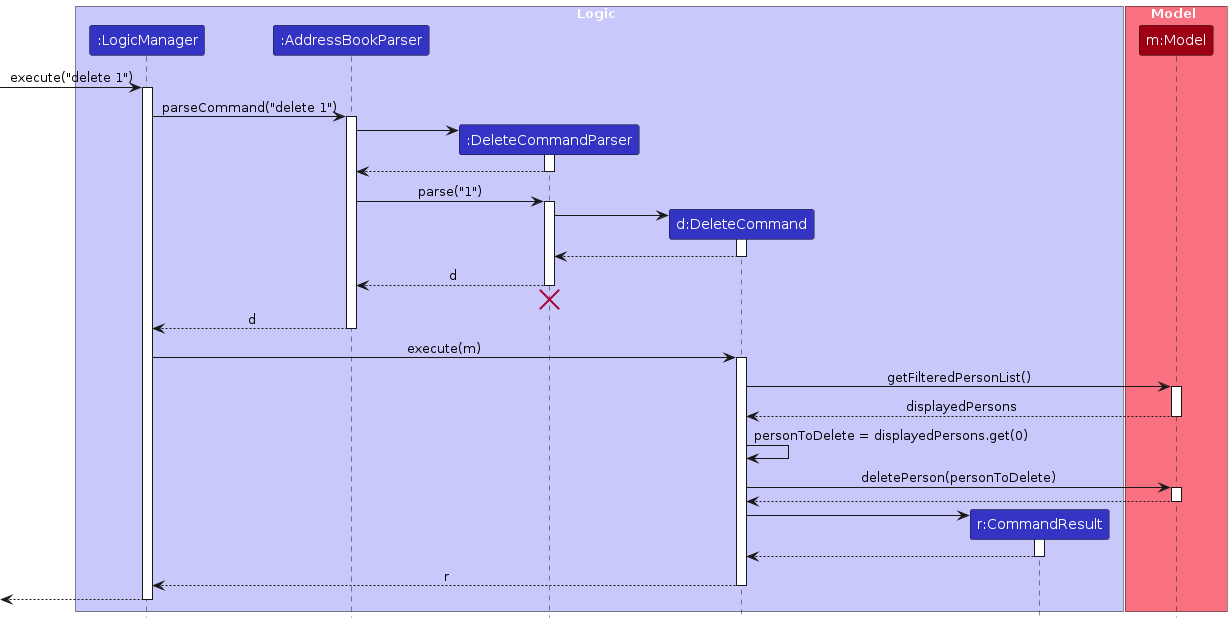
This is diagrams/DeleteSequenceDiagram.png from AY2627S1-CS2103T-F12-2/tp, a PlantUML export, as it was before one commit. Its source is kept beside it as diagrams/DeleteSequenceDiagram.puml.
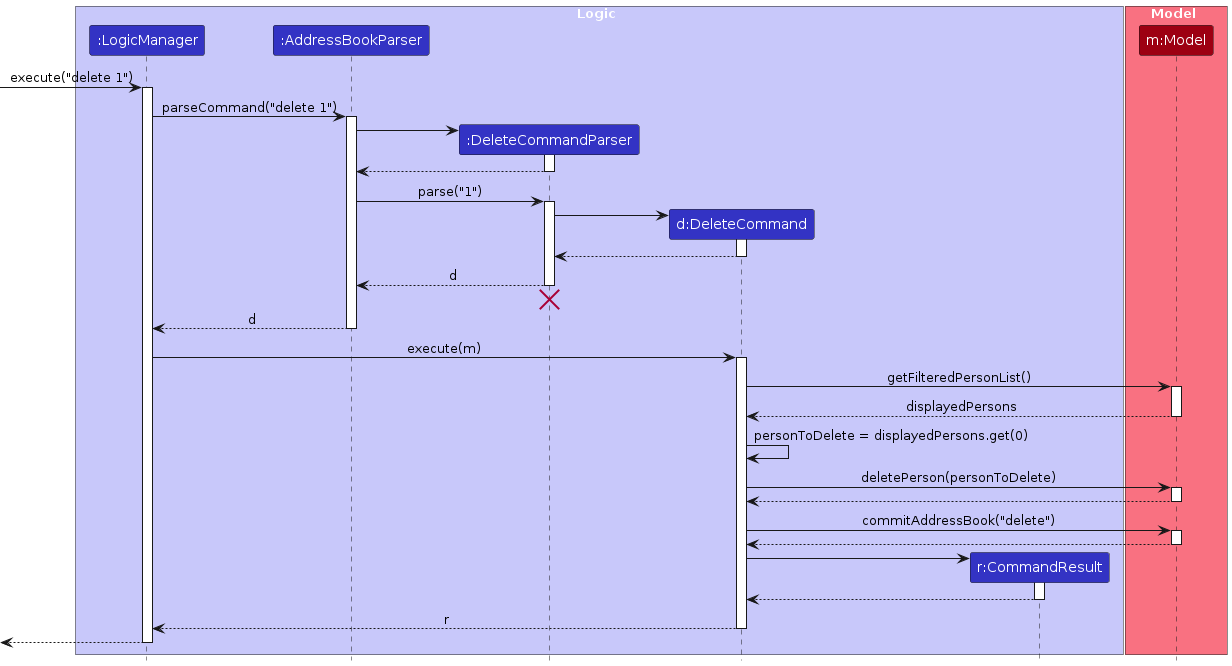
The same file after the commit.

The edit, as a diff of the source:
```diff
@@ -60,6 +60,11 @@
 Model --> DeleteCommand
 deactivate Model
 
+DeleteCommand -> Model : commitAddressBook("delete")
+activate Model
+Model --> DeleteCommand
+deactivate Model
+
 create CommandResult
 DeleteCommand -> CommandResult
 activate CommandResult
```
